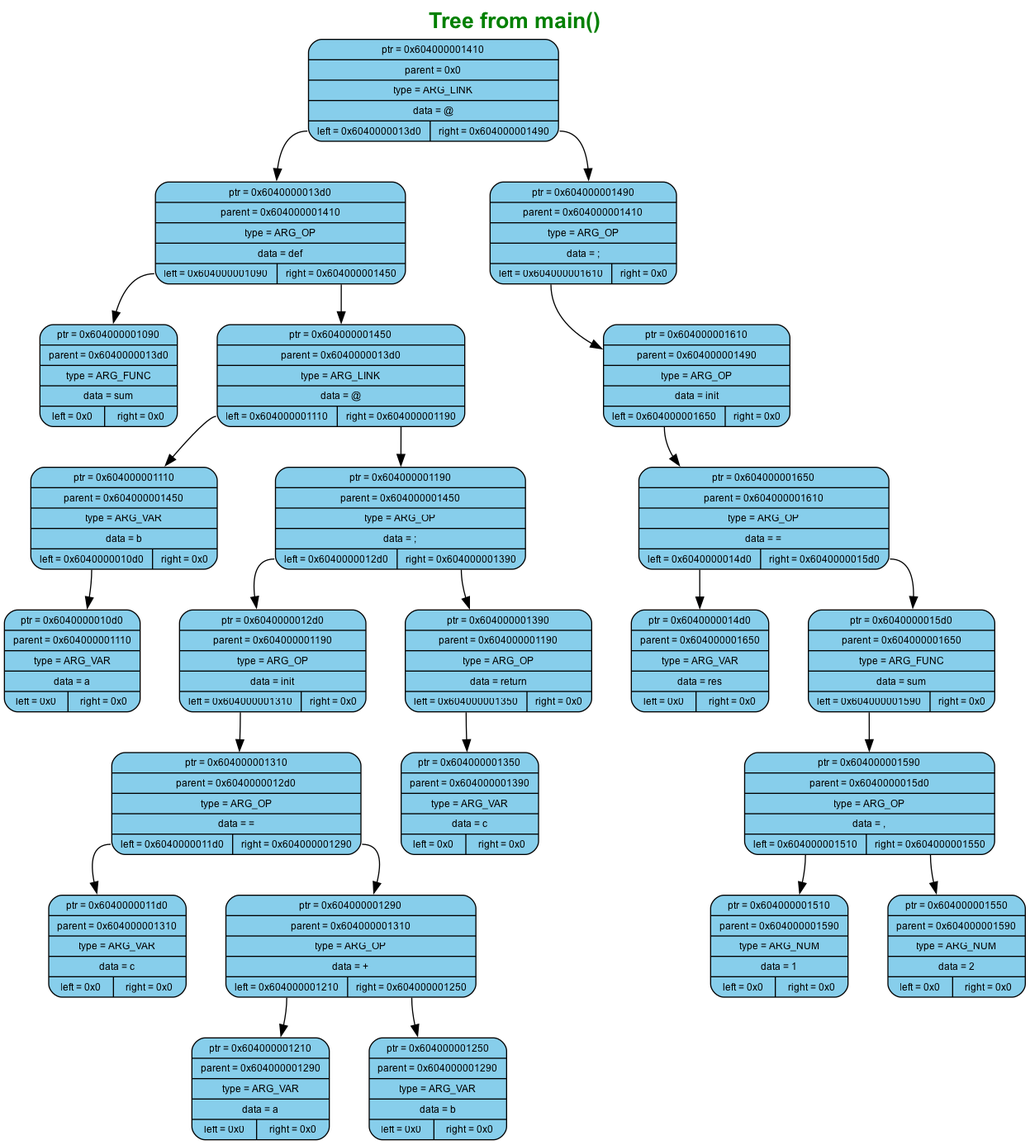
Earlier version of the Graphviz export reports/trees/tree0/tree.dot.png (murugov/Language). Its source is kept beside it as reports/trees/tree0/tree.dot.
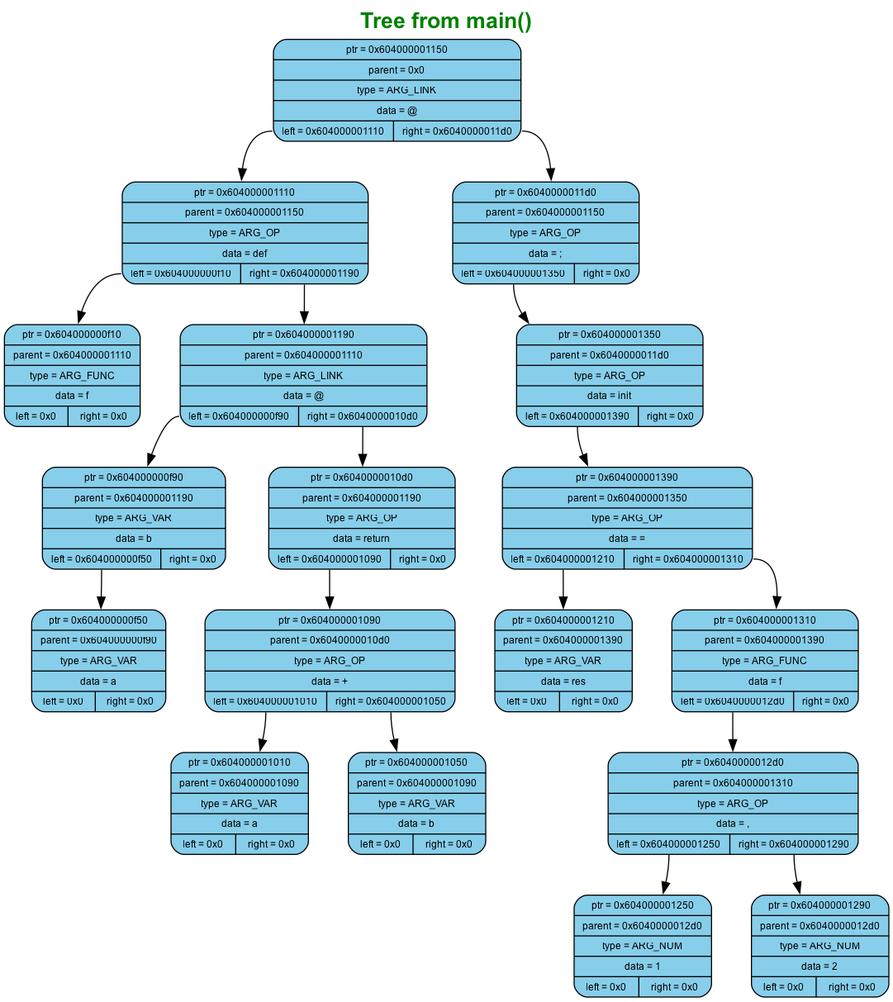
After the commit.

Change to the diagram source:
```diff
@@ -11,49 +11,39 @@
 	ranksep=0.5;
 	node[fontsize=9, shape=box, width=0.7, height=0.4, style="filled, rounded", fontname="Arial"];
 
-	n0 [shape=record, label="{ptr = 0x604000001410 | parent = 0x0 | type = ARG_LINK | data = @ | {<left> left = 0x6040000013d0 | <right> right = 0x604000001490}}", fillcolor="#87CEEB", color="black"]
-	n1 [shape=record, label="{ptr = 0x6040000013d0 | parent = 0x604000001410 | type = ARG_OP | data = def | {<left> left = 0x604000001090 | <right> right = 0x604000001450}}", fillcolor="#87CEEB", color="black"]
+	n0 [shape=record, label="{ptr = 0x604000001150 | parent = 0x0 | type = ARG_LINK | data = @ | {<left> left = 0x604000001110 | <right> right = 0x6040000011d0}}", fillcolor="#87CEEB", color="black"]
+	n1 [shape=record, label="{ptr = 0x604000001110 | parent = 0x604000001150 | type = ARG_OP | data = def | {<left> left = 0x604000000f10 | <right> right = 0x604000001190}}", fillcolor="#87CEEB", color="black"]
 	n0:left -> n1
-	n2 [shape=record, label="{ptr = 0x604000001490 | parent = 0x604000001410 | type = ARG_OP | data = ; | {<left> left = 0x604000001610 | <right> right = 0x0}}", fillcolor="#87CEEB", color="black"]
+	n2 [shape=record, label="{ptr = 0x6040000011d0 | parent = 0x604000001150 | type = ARG_OP | data = ; | {<left> left = 0x604000001350 | <right> right = 0x0}}", fillcolor="#87CEEB", color="black"]
 	n0:right -> n2
-	n3 [shape=record, label="{ptr = 0x604000001610 | parent = 0x604000001490 | type = ARG_OP | data = init | {<left> left = 0x604000001650 | <right> right = 0x0}}", fillcolor="#87CEEB", color="black"]
+	n3 [shape=record, label="{ptr = 0x604000001350 | parent = 0x6040000011d0 | type = ARG_OP | data = init | {<left> left = 0x604000001390 | <right> right = 0x0}}", fillcolor="#87CEEB", color="black"]
 	n2:left -> n3
-	n4 [shape=record, label="{ptr = 0x604000001650 | parent = 0x604000001610 | type = ARG_OP | data = = | {<left> left = 0x6040000014d0 | <right> right = 0x6040000015d0}}", fillcolor="#87CEEB", color="black"]
+	n4 [shape=record, label="{ptr = 0x604000001390 | parent = 0x604000001350 | type = ARG_OP | data = = | {<left> left = 0x604000001210 | <right> right = 0x604000001310}}", fillcolor="#87CEEB", color="black"]
 	n3:left -> n4
-	n5 [shape=record, label="{ptr = 0x6040000014d0 | parent = 0x604000001650 | type = ARG_VAR | data = res | {<left> left = 0x0 | <right> right = 0x0}}", fillcolor="#87CEEB", color="black"]
+	n5 [shape=record, label="{ptr = 0x604000001210 | parent = 0x604000001390 | type = ARG_VAR | data = res | {<left> left = 0x0 | <right> right = 0x0}}", fillcolor="#87CEEB", color="black"]
 	n4:left -> n5
-	n6 [shape=record, label="{ptr = 0x6040000015d0 | parent = 0x604000001650 | type = ARG_FUNC | data = sum | {<left> left = 0x604000001590 | <right> right = 0x0}}", fillcolor="#87CEEB", color="black"]
+	n6 [shape=record, label="{ptr = 0x604000001310 | parent = 0x604000001390 | type = ARG_FUNC | data = f | {<left> left = 0x6040000012d0 | <right> right = 0x0}}", fillcolor="#87CEEB", color="black"]
 	n4:right -> n6
-	n7 [shape=record, label="{ptr = 0x604000001590 | parent = 0x6040000015d0 | type = ARG_OP | data = , | {<left> left = 0x604000001510 | <right> right = 0x604000001550}}", fillcolor="#87CEEB", color="black"]
+	n7 [shape=record, label="{ptr = 0x6040000012d0 | parent = 0x604000001310 | type = ARG_OP | data = , | {<left> left = 0x604000001250 | <right> right = 0x604000001290}}", fillcolor="#87CEEB", color="black"]
 	n6:left -> n7
-	n8 [shape=record, label="{ptr = 0x604000001510 | parent = 0x604000001590 | type = ARG_NUM | data = 1 | {<left> left = 0x0 | <right> right = 0x0}}", fillcolor="#87CEEB", color="black"]
+	n8 [shape=record, label="{ptr = 0x604000001250 | parent = 0x6040000012d0 | type = ARG_NUM | data = 1 | {<left> left = 0x0 | <right> right = 0x0}}", fillcolor="#87CEEB", color="black"]
 	n7:left -> n8
-	n9 [shape=record, label="{ptr = 0x604000001550 | parent = 0x604000001590 | type = ARG_NUM | data = 2 | {<left> left = 0x0 | <right> right = 0x0}}", fillcolor="#87CEEB", color="black"]
+	n9 [shape=record, label="{ptr = 0x604000001290 | parent = 0x6040000012d0 | type = ARG_NUM | data = 2 | {<left> left = 0x0 | <right> right = 0x0}}", fillcolor="#87CEEB", color="black"]
 	n7:right -> n9
-	n10 [shape=record, label="{ptr = 0x604000001090 | parent = 0x6040000013d0 | type = ARG_FUNC | data = sum | {<left> left = 0x0 | <right> right = 0x0}}", fillcolor="#87CEEB", color="black"]
+	n10 [shape=record, label="{ptr = 0x604000000f10 | parent = 0x604000001110 | type = ARG_FUNC | data = f | {<left> left = 0x0 | <right> right = 0x0}}", fillcolor="#87CEEB", color="black"]
 	n1:left -> n10
-	n11 [shape=record, label="{ptr = 0x604000001450 | parent = 0x6040000013d0 | type = ARG_LINK | data = @ | {<left> left = 0x604000001110 | <right> right = 0x604000001190}}", fillcolor="#87CEEB", color="black"]
+	n11 [shape=record, label="{ptr = 0x604000001190 | parent = 0x604000001110 | type = ARG_LINK | data = @ | {<left> left = 0x604000000f90 | <right> right = 0x6040000010d0}}", fillcolor="#87CEEB", color="black"]
 	n1:right -> n11
-	n12 [shape=record, label="{ptr = 0x604000001110 | parent = 0x604000001450 | type = ARG_VAR | data = b | {<left> left = 0x6040000010d0 | <right> right = 0x0}}", fillcolor="#87CEEB", color="black"]
+	n12 [shape=record, label="{ptr = 0x604000000f90 | parent = 0x604000001190 | type = ARG_VAR | data = b | {<left> left = 0x604000000f50 | <right> right = 0x0}}", fillcolor="#87CEEB", color="black"]
 	n11:left -> n12
-	n13 [shape=record, label="{ptr = 0x604000001190 | parent = 0x604000001450 | type = ARG_OP | data = ; | {<left> left = 0x6040000012d0 | <right> right = 0x604000001390}}", fillcolor="#87CEEB", color="black"]
+	n13 [shape=record, label="{ptr = 0x6040000010d0 | parent = 0x604000001190 | type = ARG_OP | data = return | {<left> left = 0x604000001090 | <right> right = 0x0}}", fillcolor="#87CEEB", color="black"]
 	n11:right -> n13
-	n14 [shape=record, label="{ptr = 0x6040000012d0 | parent = 0x604000001190 | type = ARG_OP | data = init | {<left> left = 0x604000001310 | <right> right = 0x0}}", fillcolor="#87CEEB", color="black"]
+	n14 [shape=record, label="{ptr = 0x604000001090 | parent = 0x6040000010d0 | type = ARG_OP | data = + | {<left> left = 0x604000001010 | <right> right = 0x604000001050}}", fillcolor="#87CEEB", color="black"]
 	n13:left -> n14
-	n15 [shape=record, label="{ptr = 0x604000001390 | parent = 0x604000001190 | type = ARG_OP | data = return | {<left> left = 0x604000001350 | <right> right = 0x0}}", fillcolor="#87CEEB", color="black"]
-	n13:right -> n15
-	n16 [shape=record, label="{ptr = 0x604000001350 | parent = 0x604000001390 | type = ARG_VAR | data = c | {<left> left = 0x0 | <right> right = 0x0}}", fillcolor="#87CEEB", color="black"]
-	n15:left -> n16
-	n17 [shape=record, label="{ptr = 0x604000001310 | parent = 0x6040000012d0 | type = ARG_OP | data = = | {<left> left = 0x6040000011d0 | <right> right = 0x604000001290}}", fillcolor="#87CEEB", color="black"]
-	n14:left -> n17
-	n18 [shape=record, label="{ptr = 0x6040000011d0 | parent = 0x604000001310 | type = ARG_VAR | data = c | {<left> left = 0x0 | <right> right = 0x0}}", fillcolor="#87CEEB", color="black"]
-	n17:left -> n18
-	n19 [shape=record, label="{ptr = 0x604000001290 | parent = 0x604000001310 | type = ARG_OP | data = + | {<left> left = 0x604000001210 | <right> right = 0x604000001250}}", fillcolor="#87CEEB", color="black"]
-	n17:right -> n19
-	n20 [shape=record, label="{ptr = 0x604000001210 | parent = 0x604000001290 | type = ARG_VAR | data = a | {<left> left = 0x0 | <right> right = 0x0}}", fillcolor="#87CEEB", color="black"]
-	n19:left -> n20
-	n21 [shape=record, label="{ptr = 0x604000001250 | parent = 0x604000001290 | type = ARG_VAR | data = b | {<left> left = 0x0 | <right> right = 0x0}}", fillcolor="#87CEEB", color="black"]
-	n19:right -> n21
-	n22 [shape=record, label="{ptr = 0x6040000010d0 | parent = 0x604000001110 | type = ARG_VAR | data = a | {<left> left = 0x0 | <right> right = 0x0}}", fillcolor="#87CEEB", color="black"]
-	n12:left -> n22
+	n15 [shape=record, label="{ptr = 0x604000001010 | parent = 0x604000001090 | type = ARG_VAR | data = a | {<left> left = 0x0 | <right> right = 0x0}}", fillcolor="#87CEEB", color="black"]
+	n14:left -> n15
+	n16 [shape=record, label="{ptr = 0x604000001050 | parent = 0x604000001090 | type = ARG_VAR | data = b | {<left> left = 0x0 | <right> right = 0x0}}", fillcolor="#87CEEB", color="black"]
+	n14:right -> n16
+	n17 [shape=record, label="{ptr = 0x604000000f50 | parent = 0x604000000f90 | type = ARG_VAR | data = a | {<left> left = 0x0 | <right> right = 0x0}}", fillcolor="#87CEEB", color="black"]
+	n12:left -> n17
 }
```
